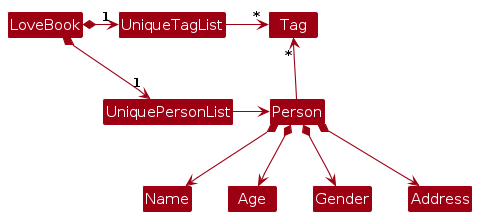
The PlantUML diagram diagrams/BetterModelClassDiagram.png in AY2324S1-CS2103T-F10-2/tp, before a commit. Its source is kept beside it as diagrams/BetterModelClassDiagram.puml.
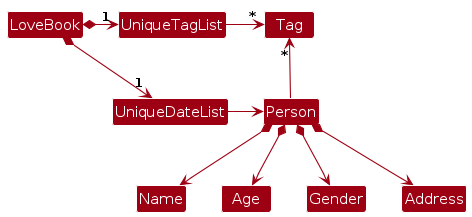
Above is the later version.

Change to the diagram source:
```diff
@@ -4,13 +4,13 @@
 skinparam arrowColor MODEL_COLOR
 skinparam classBackgroundColor MODEL_COLOR
 
-LoveBook *-right-> "1" UniquePersonList
+LoveBook *-right-> "1" UniqueDateList
 LoveBook *-right-> "1" UniqueTagList
-UniqueTagList -[hidden]down- UniquePersonList
-UniqueTagList -[hidden]down- UniquePersonList
+UniqueTagList -[hidden]down- UniqueDateList
+UniqueTagList -[hidden]down- UniqueDateList
 
 UniqueTagList -right-> "*" Tag
-UniquePersonList -right-> Person
+UniqueDateList -right-> Person
 
 Person -up-> "*" Tag
 
```
